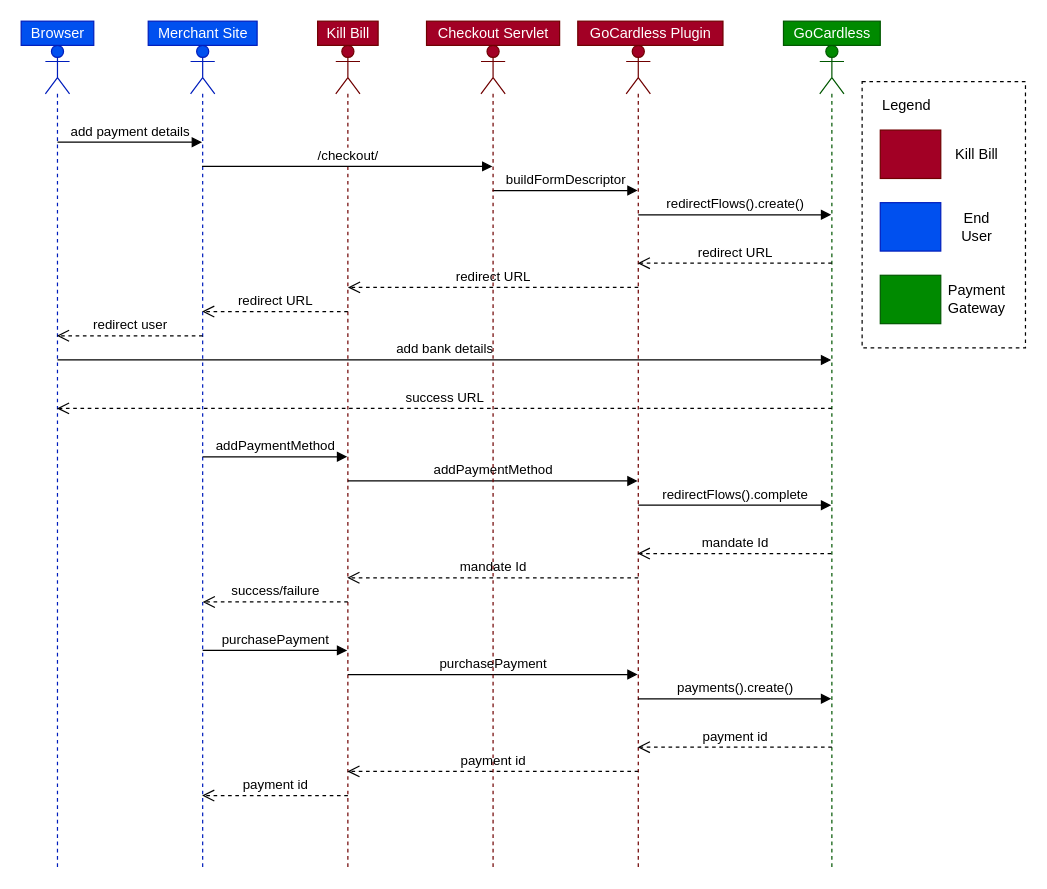
Before: page "Using-GoCardless-From-KillBill2" (2 of 2) of userguide/assets/PaymentPlugin.drawio in killbill/killbill-docs, a draw.io diagram. Source tidied: cells renumbered, new cells numbered last; positions are measured from the earlier drawing's top-left corner, leaving out a move shared by most shapes. Both pictures are drawn from the tidied source at 121%, with x=0, y=0 at pixel (21, 21).
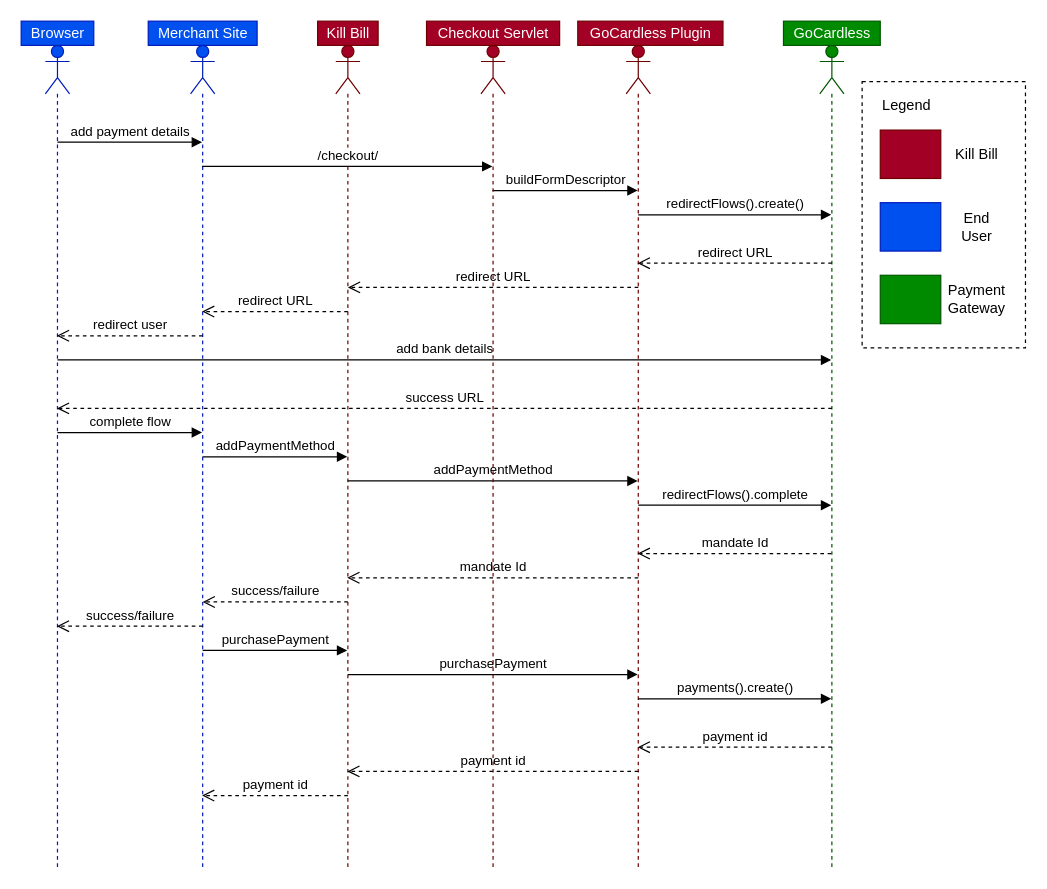
The same diagram, later.

Unchanged cells that the change refers to:
```xml
<mxCell id="3" style="shape=umlLifeline;participant=umlActor;perimeter=lifelinePerimeter;whiteSpace=wrap;html=1;verticalAlign=top;spacingTop=36;outlineConnect=0;fillColor=#0050ef;strokeColor=#001DBC;fontColor=#ffffff;" parent="1" vertex="1">
  <mxGeometry x="20" y="20" width="20" height="680" as="geometry" />
</mxCell>
<mxCell id="7" style="shape=umlLifeline;participant=umlActor;perimeter=lifelinePerimeter;whiteSpace=wrap;html=1;verticalAlign=top;spacingTop=36;outlineConnect=0;fillColor=#0050ef;strokeColor=#001DBC;fontColor=#ffffff;" parent="1" vertex="1">
  <mxGeometry x="140" y="20" width="20" height="680" as="geometry" />
</mxCell>
```

Change to the diagram source:
```diff
@@
+    <mxCell id="44" value="complete flow" style="html=1;verticalAlign=bottom;endArrow=block;" parent="3" edge="1" target="7">
+      <mxGeometry relative="1" as="geometry">
+        <mxPoint x="10" y="320" as="sourcePoint" />
+      </mxGeometry>
+    </mxCell>
@@
+    <mxCell id="45" value="success/failure" style="html=1;verticalAlign=bottom;endArrow=open;dashed=1;endSize=8;" parent="1" edge="1" target="3">
+      <mxGeometry relative="1" as="geometry">
+        <mxPoint x="150" y="500" as="sourcePoint" />
+      </mxGeometry>
+    </mxCell>
```
